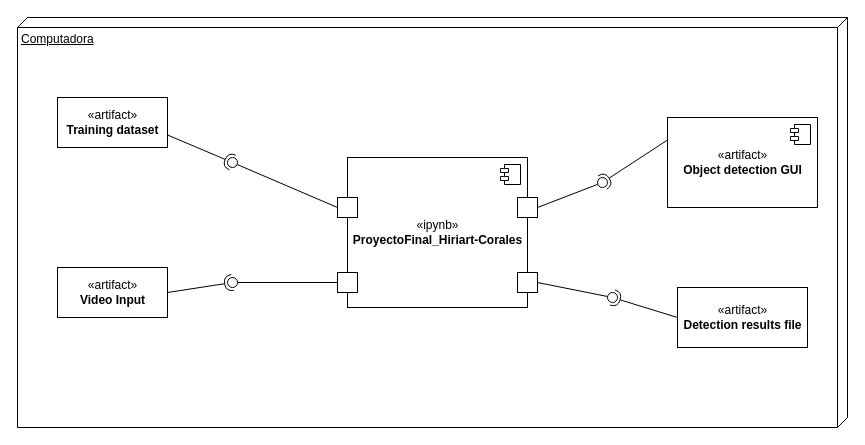
This is Diseno Proyecto Final_Hiriart Corales.drawio from LuisCoralesM/Final-Project-AI-I_Hiriart-Corales, a draw.io file, before an edit. Source tidied: cells renumbered, new cells numbered last; positions are measured from the earlier drawing's top-left corner, leaving out a move shared by most shapes. Both pictures are drawn from the tidied source at 100%, with x=0, y=0 at pixel (17, 17).
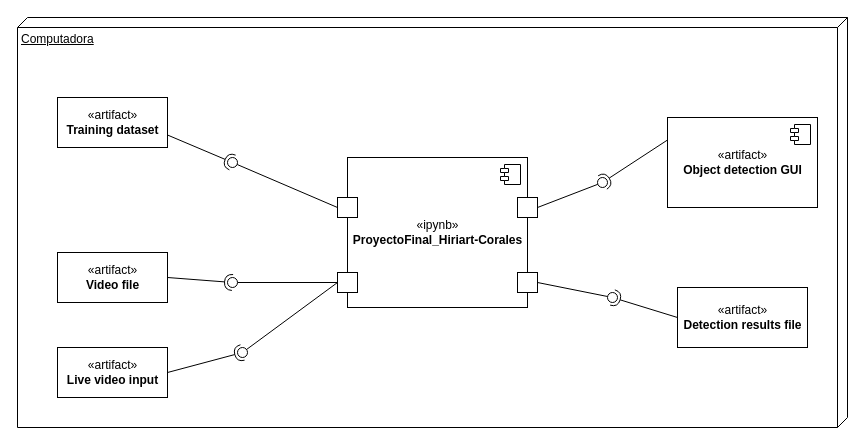
Above is the later version.

The change refers to these unchanged cells:
```xml
<mxCell id="20" style="whiteSpace=wrap;html=1;" parent="1" vertex="1">
  <mxGeometry x="320" y="255" width="20" height="20" as="geometry" />
</mxCell>
```

Change to the diagram source:
```diff
@@
-    <mxCell id="3" value="«artifact»&lt;br&gt;&lt;b&gt;Video Input&lt;/b&gt;" style="html=1;" parent="1" vertex="1">
-      <mxGeometry x="40" y="250" width="110" height="50" as="geometry" />
+    <mxCell id="3" value="«artifact»&lt;br&gt;&lt;b&gt;Video file&lt;/b&gt;" style="html=1;" parent="1" vertex="1">
+      <mxGeometry x="40" y="235" width="110" height="50" as="geometry" />
     </mxCell>
@@
+    <mxCell id="29" value="«artifact»&lt;br&gt;&lt;b&gt;Live video input&lt;/b&gt;" style="html=1;" parent="1" vertex="1">
+      <mxGeometry x="40" y="330" width="110" height="50" as="geometry" />
+    </mxCell>
+    <mxCell id="30" style="rounded=0;jettySize=auto;html=1;endArrow=none;endFill=0;sketch=0;sourcePerimeterSpacing=0;targetPerimeterSpacing=0;exitX=0;exitY=0.5;exitDx=0;exitDy=0;" parent="1" edge="1" source="20" target="32">
+      <mxGeometry relative="1" as="geometry" />
+    </mxCell>
+    <mxCell id="31" style="rounded=0;jettySize=auto;html=1;endArrow=halfCircle;endFill=0;entryX=0.5;entryY=0.5;endSize=6;strokeWidth=1;sketch=0;exitX=1;exitY=0.5;exitDx=0;exitDy=0;" parent="1" edge="1" source="29" target="32">
+      <mxGeometry relative="1" as="geometry" />
+    </mxCell>
+    <mxCell id="32" style="ellipse;whiteSpace=wrap;html=1;align=center;points=[];outlineConnect=0;sketch=0;" parent="1" vertex="1">
+      <mxGeometry x="220" y="330" width="10" height="10" as="geometry" />
+    </mxCell>
```
